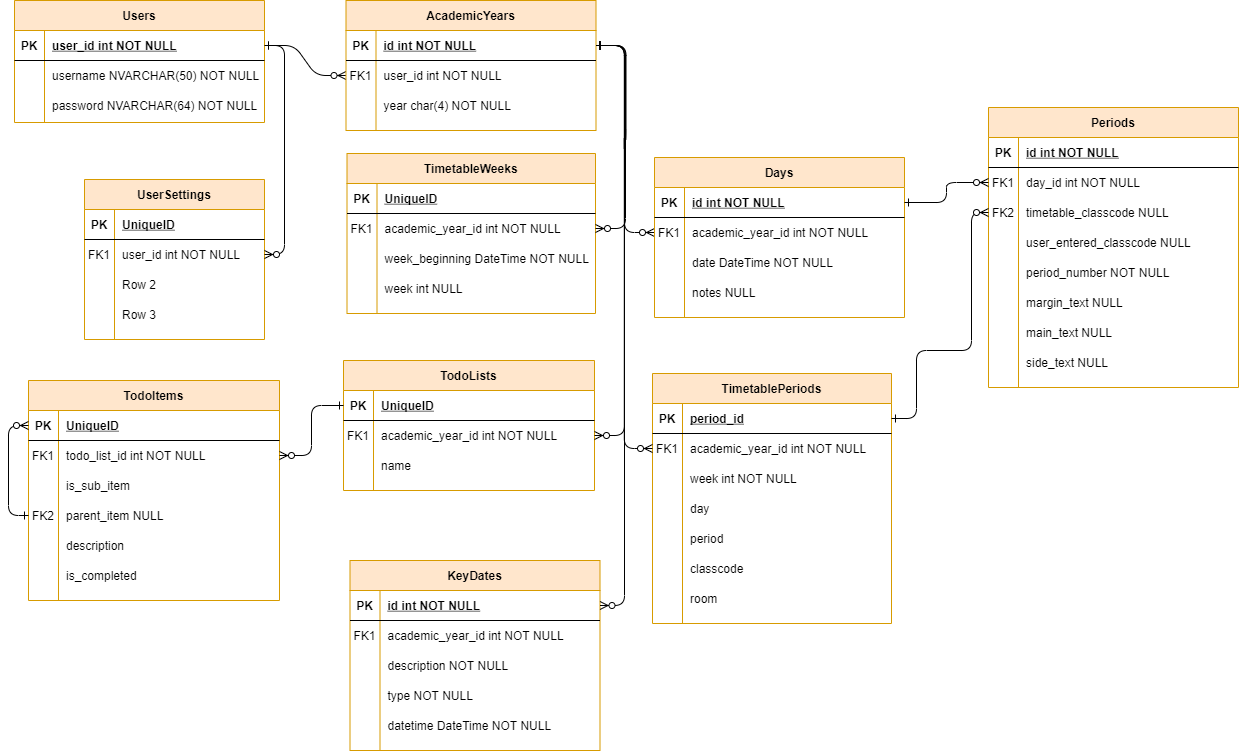
The draw.io diagram DesignDocuments/TeacherPlannerDatabaseDesignDiagram.drawio.png in DaleStevenJohnson/TeacherPlannerApplication, before a commit. Source tidied: cells renumbered, new cells last; positions are measured from the earlier drawing's top-left corner, leaving out a move shared by most shapes.
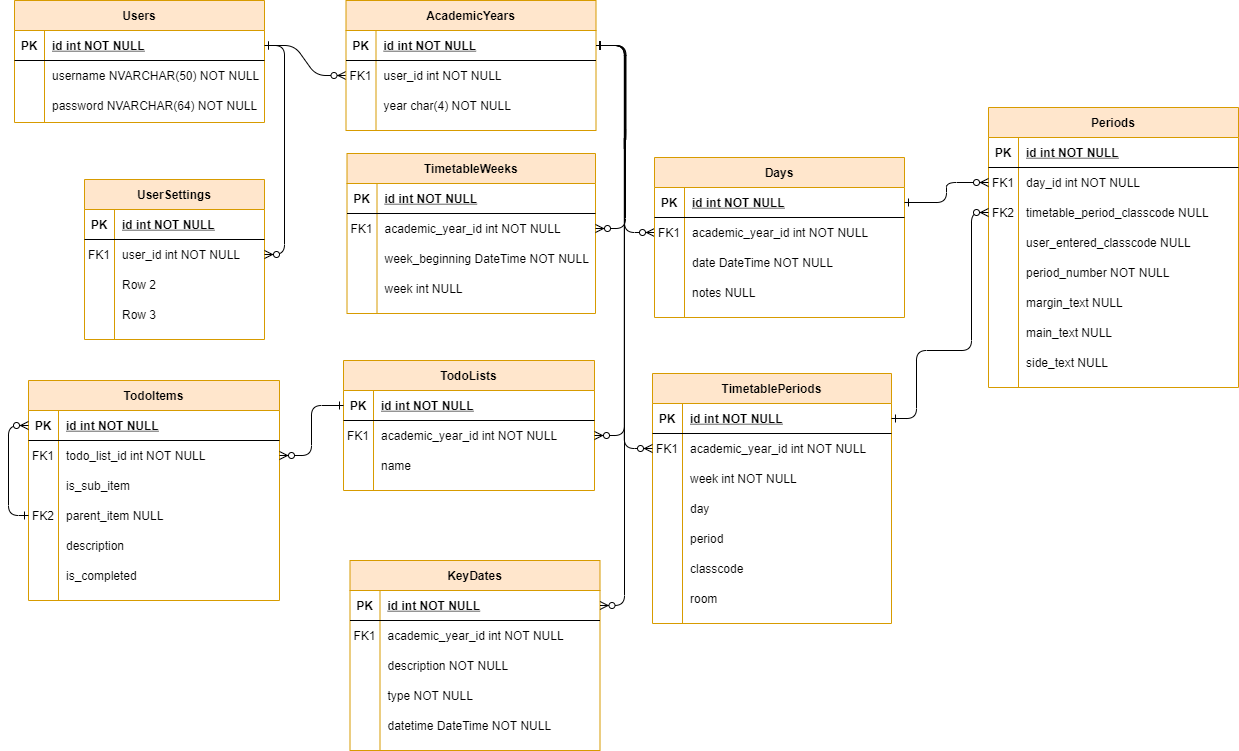
The same diagram one commit later.

The edit, as a diff of the source:
```diff
@@ -86,7 +86,7 @@
     <mxCell id="29" value="PK" style="shape=partialRectangle;overflow=hidden;fillColor=none;top=0;left=0;bottom=0;right=0;fontStyle=1;" parent="28" vertex="1">
       <mxGeometry width="30" height="30" as="geometry" />
     </mxCell>
-    <mxCell id="30" value="user_id int NOT NULL " style="shape=partialRectangle;overflow=hidden;fillColor=none;top=0;left=0;bottom=0;right=0;align=left;spacingLeft=6;fontStyle=5;" parent="28" vertex="1">
+    <mxCell id="30" value="id int NOT NULL " style="shape=partialRectangle;overflow=hidden;fillColor=none;top=0;left=0;bottom=0;right=0;align=left;spacingLeft=6;fontStyle=5;" parent="28" vertex="1">
       <mxGeometry x="30" width="220" height="30" as="geometry" />
     </mxCell>
     <mxCell id="31" style="shape=partialRectangle;fillColor=none;top=0;left=0;right=0;bottom=0;" parent="27" vertex="1">
@@ -116,7 +116,7 @@
     <mxCell id="39" value="PK" style="shape=partialRectangle;fillColor=none;top=0;left=0;bottom=0;right=0;fontStyle=1;overflow=hidden;" parent="38" vertex="1">
       <mxGeometry width="30" height="30" as="geometry" />
     </mxCell>
-    <mxCell id="40" value="UniqueID" style="shape=partialRectangle;fillColor=none;top=0;left=0;bottom=0;right=0;align=left;spacingLeft=6;fontStyle=5;overflow=hidden;" parent="38" vertex="1">
+    <mxCell id="40" value="id int NOT NULL" style="shape=partialRectangle;fillColor=none;top=0;left=0;bottom=0;right=0;align=left;spacingLeft=6;fontStyle=5;overflow=hidden;" parent="38" vertex="1">
       <mxGeometry x="30" width="221" height="30" as="geometry" />
     </mxCell>
     <mxCell id="41" style="shape=partialRectangle;fillColor=none;top=0;left=0;bottom=0;right=0;points=[[0,0.5],[1,0.5]];portConstraint=eastwest;" parent="37" vertex="1">
@@ -210,7 +210,7 @@
     <mxCell id="67" value="PK" style="shape=partialRectangle;fillColor=none;top=0;left=0;bottom=0;right=0;fontStyle=1;overflow=hidden;" parent="66" vertex="1">
       <mxGeometry width="30" height="30" as="geometry" />
     </mxCell>
-    <mxCell id="68" value="period_id" style="shape=partialRectangle;fillColor=none;top=0;left=0;bottom=0;right=0;align=left;spacingLeft=6;fontStyle=5;overflow=hidden;" parent="66" vertex="1">
+    <mxCell id="68" value="id int NOT NULL" style="shape=partialRectangle;fillColor=none;top=0;left=0;bottom=0;right=0;align=left;spacingLeft=6;fontStyle=5;overflow=hidden;" parent="66" vertex="1">
       <mxGeometry x="30" width="209" height="30" as="geometry" />
     </mxCell>
     <mxCell id="69" style="shape=partialRectangle;fillColor=none;top=0;left=0;bottom=0;right=0;points=[[0,0.5],[1,0.5]];portConstraint=eastwest;" parent="65" vertex="1">
@@ -276,7 +276,7 @@
     <mxCell id="89" value="PK" style="shape=partialRectangle;fillColor=none;top=0;left=0;bottom=0;right=0;fontStyle=1;overflow=hidden;" parent="88" vertex="1">
       <mxGeometry width="30" height="30" as="geometry" />
     </mxCell>
-    <mxCell id="90" value="UniqueID" style="shape=partialRectangle;fillColor=none;top=0;left=0;bottom=0;right=0;align=left;spacingLeft=6;fontStyle=5;overflow=hidden;" parent="88" vertex="1">
+    <mxCell id="90" value="id int NOT NULL" style="shape=partialRectangle;fillColor=none;top=0;left=0;bottom=0;right=0;align=left;spacingLeft=6;fontStyle=5;overflow=hidden;" parent="88" vertex="1">
       <mxGeometry x="30" width="218.5" height="30" as="geometry" />
     </mxCell>
     <mxCell id="91" style="shape=partialRectangle;fillColor=none;top=0;left=0;bottom=0;right=0;points=[[0,0.5],[1,0.5]];portConstraint=eastwest;" parent="87" vertex="1">
@@ -326,7 +326,7 @@
     <mxCell id="104" value="PK" style="shape=partialRectangle;fillColor=none;top=0;left=0;bottom=0;right=0;fontStyle=1;overflow=hidden;" parent="103" vertex="1">
       <mxGeometry width="30" height="30" as="geometry" />
     </mxCell>
-    <mxCell id="105" value="UniqueID" style="shape=partialRectangle;fillColor=none;top=0;left=0;bottom=0;right=0;align=left;spacingLeft=6;fontStyle=5;overflow=hidden;" parent="103" vertex="1">
+    <mxCell id="105" value="id int NOT NULL" style="shape=partialRectangle;fillColor=none;top=0;left=0;bottom=0;right=0;align=left;spacingLeft=6;fontStyle=5;overflow=hidden;" parent="103" vertex="1">
       <mxGeometry x="30" width="150" height="30" as="geometry" />
     </mxCell>
     <mxCell id="106" style="shape=partialRectangle;fillColor=none;top=0;left=0;bottom=0;right=0;points=[[0,0.5],[1,0.5]];portConstraint=eastwest;" parent="102" vertex="1">
@@ -386,7 +386,7 @@
     <mxCell id="124" value="FK2" style="shape=partialRectangle;overflow=hidden;fillColor=none;top=0;left=0;bottom=0;right=0;" parent="123" vertex="1">
       <mxGeometry width="30" height="30" as="geometry" />
     </mxCell>
-    <mxCell id="125" value="timetable_classcode NULL" style="shape=partialRectangle;overflow=hidden;fillColor=none;top=0;left=0;bottom=0;right=0;align=left;spacingLeft=6;" parent="123" vertex="1">
+    <mxCell id="125" value="timetable_period_classcode NULL" style="shape=partialRectangle;overflow=hidden;fillColor=none;top=0;left=0;bottom=0;right=0;align=left;spacingLeft=6;" parent="123" vertex="1">
       <mxGeometry x="30" width="220" height="30" as="geometry" />
     </mxCell>
     <mxCell id="126" style="shape=partialRectangle;fillColor=none;top=0;left=0;right=0;bottom=0;" parent="116" vertex="1">
@@ -443,7 +443,7 @@
     <mxCell id="143" value="PK" style="shape=partialRectangle;fillColor=none;top=0;left=0;bottom=0;right=0;fontStyle=1;overflow=hidden;" parent="142" vertex="1">
       <mxGeometry width="30" height="30" as="geometry" />
     </mxCell>
-    <mxCell id="144" value="UniqueID" style="shape=partialRectangle;fillColor=none;top=0;left=0;bottom=0;right=0;align=left;spacingLeft=6;fontStyle=5;overflow=hidden;" parent="142" vertex="1">
+    <mxCell id="144" value="id int NOT NULL" style="shape=partialRectangle;fillColor=none;top=0;left=0;bottom=0;right=0;align=left;spacingLeft=6;fontStyle=5;overflow=hidden;" parent="142" vertex="1">
       <mxGeometry x="30" width="221" height="30" as="geometry" />
     </mxCell>
     <mxCell id="145" style="shape=partialRectangle;fillColor=none;top=0;left=0;bottom=0;right=0;points=[[0,0.5],[1,0.5]];portConstraint=eastwest;" parent="141" vertex="1">
```
